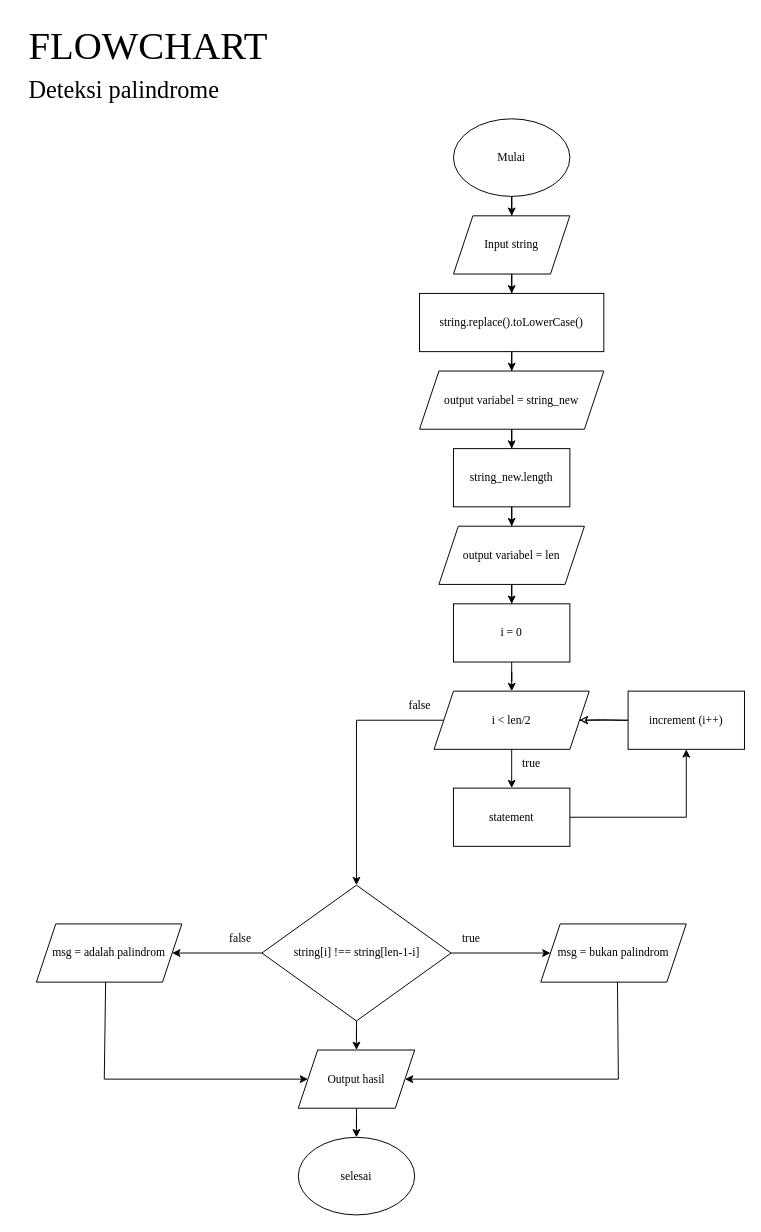
Before: week2/Algoritma Dasar & Flowchart/dataFlowchart/task1A.drawio in ryanagungsamudra/fazztrack, a draw.io diagram. Source tidied: cells renumbered, new cells numbered last; positions are measured from the earlier drawing's top-left corner, leaving out a move shared by most shapes. Both pictures are drawn from the tidied source at 97%, with x=0, y=0 at pixel (16, 16).
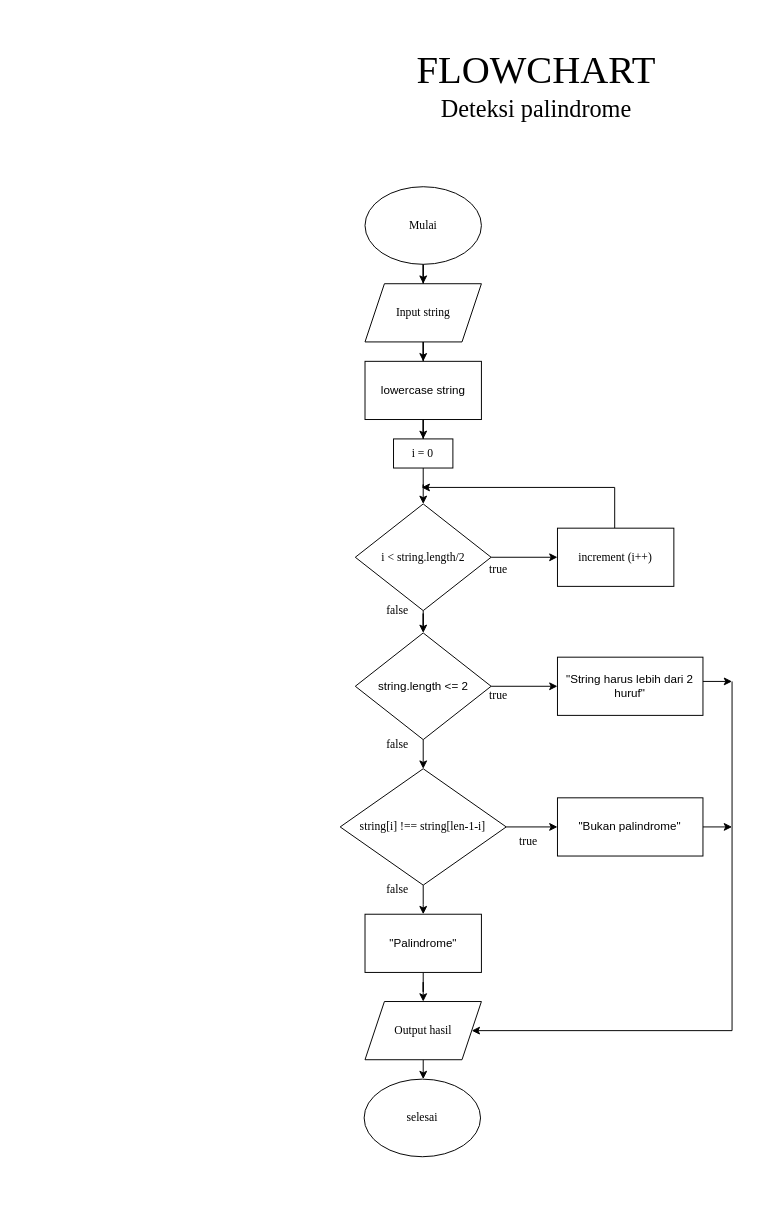
The same diagram, later.

The edit, as a diff of the source:
```diff
@@
     <mxCell id="3" value="Mulai" style="ellipse;whiteSpace=wrap;html=1;fontFamily=Times New Roman;fontStyle=0;" parent="1" vertex="1">
-      <mxGeometry x="450" y="105" width="120" height="80" as="geometry" />
+      <mxGeometry x="358.8" y="175" width="120" height="80" as="geometry" />
     </mxCell>
-    <mxCell id="4" style="edgeStyle=orthogonalEdgeStyle;rounded=0;jettySize=auto;html=1;fontFamily=Times New Roman;fontStyle=0;" parent="1" edge="1" source="5" target="7">
-      <mxGeometry relative="1" as="geometry" />
-    </mxCell>
+    <mxCell id="43" style="edgeStyle=orthogonalEdgeStyle;rounded=0;jettySize=auto;html=1;" parent="1" edge="1" source="5" target="47">
+      <mxGeometry relative="1" as="geometry" />
+    </mxCell>
     <mxCell id="5" value="Input string" style="shape=parallelogram;perimeter=parallelogramPerimeter;whiteSpace=wrap;html=1;fixedSize=1;fontFamily=Times New Roman;fontStyle=0;" parent="1" vertex="1">
-      <mxGeometry x="450" y="205" width="120" height="60" as="geometry" />
+      <mxGeometry x="358.8" y="275" width="120" height="60" as="geometry" />
     </mxCell>
-    <mxCell id="6" style="edgeStyle=orthogonalEdgeStyle;rounded=0;jettySize=auto;html=1;fontFamily=Times New Roman;fontStyle=0;" parent="1" edge="1" source="7" target="9">
-      <mxGeometry relative="1" as="geometry" />
+    <mxCell id="6" style="edgeStyle=orthogonalEdgeStyle;rounded=0;orthogonalLoop=1;jettySize=auto;html=1;fontFamily=Times New Roman;fontStyle=0;" parent="1" edge="1">
+      <mxGeometry relative="1" as="geometry">
+        <mxPoint x="510" y="345" as="sourcePoint" />
+      </mxGeometry>
     </mxCell>
-    <mxCell id="7" value="string.replace().toLowerCase()" style="whiteSpace=wrap;html=1;fontFamily=Times New Roman;fontStyle=0;" parent="1" vertex="1">
-      <mxGeometry x="415" y="285" width="190" height="60" as="geometry" />
-    </mxCell>
-    <mxCell id="8" style="edgeStyle=orthogonalEdgeStyle;rounded=0;jettySize=auto;html=1;fontFamily=Times New Roman;fontStyle=0;" parent="1" edge="1" source="9" target="11">
-      <mxGeometry relative="1" as="geometry" />
+    <mxCell id="8" style="edgeStyle=orthogonalEdgeStyle;rounded=0;orthogonalLoop=1;jettySize=auto;html=1;fontFamily=Times New Roman;fontStyle=0;" parent="1" edge="1">
+      <mxGeometry relative="1" as="geometry">
+        <mxPoint x="510" y="425" as="sourcePoint" />
+      </mxGeometry>
     </mxCell>
-    <mxCell id="9" value="output variabel = string_new" style="shape=parallelogram;perimeter=parallelogramPerimeter;whiteSpace=wrap;html=1;fixedSize=1;fontFamily=Times New Roman;fontStyle=0;" parent="1" vertex="1">
-      <mxGeometry x="415" y="365" width="190" height="60" as="geometry" />
-    </mxCell>
-    <mxCell id="10" style="edgeStyle=orthogonalEdgeStyle;rounded=0;jettySize=auto;html=1;fontFamily=Times New Roman;fontStyle=0;" parent="1" edge="1" source="11" target="13">
-      <mxGeometry relative="1" as="geometry" />
+    <mxCell id="10" style="edgeStyle=orthogonalEdgeStyle;rounded=0;orthogonalLoop=1;jettySize=auto;html=1;fontFamily=Times New Roman;fontStyle=0;" parent="1" edge="1">
+      <mxGeometry relative="1" as="geometry">
+        <mxPoint x="510" y="505" as="sourcePoint" />
+      </mxGeometry>
     </mxCell>
-    <mxCell id="11" value="string_new.length" style="rounded=0;whiteSpace=wrap;html=1;fontFamily=Times New Roman;fontStyle=0;" parent="1" vertex="1">
-      <mxGeometry x="450" y="445" width="120" height="60" as="geometry" />
-    </mxCell>
-    <mxCell id="12" style="edgeStyle=orthogonalEdgeStyle;rounded=0;jettySize=auto;html=1;fontFamily=Times New Roman;fontStyle=0;" parent="1" edge="1" source="13" target="15">
-      <mxGeometry relative="1" as="geometry" />
-    </mxCell>
-    <mxCell id="13" value="output variabel = len" style="shape=parallelogram;perimeter=parallelogramPerimeter;whiteSpace=wrap;html=1;fixedSize=1;fontFamily=Times New Roman;fontStyle=0;" parent="1" vertex="1">
-      <mxGeometry x="435" y="525" width="150" height="60" as="geometry" />
-    </mxCell>
-    <mxCell id="14" style="edgeStyle=orthogonalEdgeStyle;rounded=0;jettySize=auto;html=1;fontFamily=Times New Roman;fontStyle=0;" parent="1" edge="1" source="15" target="22">
+    <mxCell id="14" style="edgeStyle=orthogonalEdgeStyle;rounded=0;jettySize=auto;html=1;fontFamily=Times New Roman;fontStyle=0;entryX=0.5;entryY=0;entryDx=0;entryDy=0;" parent="1" edge="1" source="15" target="55">
       <mxGeometry relative="1" as="geometry" />
     </mxCell>
     <mxCell id="15" value="i = 0" style="rounded=0;whiteSpace=wrap;html=1;fontFamily=Times New Roman;fontStyle=0;" parent="1" vertex="1">
-      <mxGeometry x="450" y="605" width="120" height="60" as="geometry" />
+      <mxGeometry x="388.2" y="435" width="61.2" height="30" as="geometry" />
     </mxCell>
-    <mxCell id="16" style="edgeStyle=orthogonalEdgeStyle;rounded=0;jettySize=auto;html=1;fontFamily=Times New Roman;fontStyle=0;" parent="1" edge="1" source="19" target="23">
-      <mxGeometry relative="1" as="geometry" />
-    </mxCell>
-    <mxCell id="17" style="edgeStyle=orthogonalEdgeStyle;rounded=0;jettySize=auto;html=1;fontFamily=Times New Roman;fontStyle=0;" parent="1" edge="1" source="19" target="24">
-      <mxGeometry relative="1" as="geometry" />
-    </mxCell>
-    <mxCell id="18" style="edgeStyle=orthogonalEdgeStyle;rounded=0;jettySize=auto;html=1;fontFamily=Times New Roman;fontStyle=0;" parent="1" edge="1" source="19" target="26">
-      <mxGeometry relative="1" as="geometry" />
-    </mxCell>
-    <mxCell id="19" value="string[i] !== string[len-1-i]" style="rhombus;whiteSpace=wrap;html=1;fontFamily=Times New Roman;fontStyle=0;" parent="1" vertex="1">
-      <mxGeometry x="252.5" y="895" width="195" height="140" as="geometry" />
-    </mxCell>
-    <mxCell id="20" style="edgeStyle=orthogonalEdgeStyle;rounded=0;jettySize=auto;html=1;exitX=0;exitY=0.5;exitDx=0;exitDy=0;entryX=0.5;entryY=0;entryDx=0;entryDy=0;fontFamily=Times New Roman;fontStyle=0;" parent="1" edge="1" source="22" target="19">
-      <mxGeometry relative="1" as="geometry">
-        <Array as="points">
-          <mxPoint x="350" y="725" />
-        </Array>
-      </mxGeometry>
-    </mxCell>
-    <mxCell id="21" style="edgeStyle=orthogonalEdgeStyle;rounded=0;sketch=0;jettySize=auto;html=1;fontFamily=Times New Roman;fontStyle=0;" parent="1" edge="1" source="22" target="37">
-      <mxGeometry relative="1" as="geometry" />
-    </mxCell>
-    <mxCell id="22" value="i &amp;lt; len/2" style="shape=parallelogram;perimeter=parallelogramPerimeter;whiteSpace=wrap;html=1;fixedSize=1;fontFamily=Times New Roman;fontStyle=0;" parent="1" vertex="1">
-      <mxGeometry x="430" y="695" width="160" height="60" as="geometry" />
-    </mxCell>
-    <mxCell id="23" value="msg = bukan palindrom" style="shape=parallelogram;perimeter=parallelogramPerimeter;whiteSpace=wrap;html=1;fixedSize=1;fontFamily=Times New Roman;fontStyle=0;" parent="1" vertex="1">
-      <mxGeometry x="540" y="935" width="150" height="60" as="geometry" />
-    </mxCell>
-    <mxCell id="24" value="msg = adalah palindrom" style="shape=parallelogram;perimeter=parallelogramPerimeter;whiteSpace=wrap;html=1;fixedSize=1;fontFamily=Times New Roman;fontStyle=0;" parent="1" vertex="1">
-      <mxGeometry x="20" y="935" width="150" height="60" as="geometry" />
-    </mxCell>
+    <mxCell id="44" style="edgeStyle=orthogonalEdgeStyle;rounded=0;sketch=0;jettySize=auto;html=1;entryX=0;entryY=0.5;entryDx=0;entryDy=0;exitX=1;exitY=0.5;exitDx=0;exitDy=0;" parent="1" edge="1" source="55" target="36">
+      <mxGeometry relative="1" as="geometry" />
+    </mxCell>
+    <mxCell id="45" style="edgeStyle=orthogonalEdgeStyle;rounded=0;sketch=0;jettySize=auto;html=1;exitX=0.5;exitY=1;exitDx=0;exitDy=0;" parent="1" edge="1" source="55" target="50">
+      <mxGeometry relative="1" as="geometry" />
+    </mxCell>
-    <mxCell id="25" style="edgeStyle=orthogonalEdgeStyle;rounded=0;jettySize=auto;html=1;fontFamily=Times New Roman;fontStyle=0;" parent="1" edge="1" source="26" target="27">
+    <mxCell id="25" style="edgeStyle=orthogonalEdgeStyle;rounded=0;jettySize=auto;html=1;" parent="1" edge="1" source="26" target="27">
       <mxGeometry relative="1" as="geometry" />
     </mxCell>
     <mxCell id="26" value="Output hasil" style="shape=parallelogram;perimeter=parallelogramPerimeter;whiteSpace=wrap;html=1;fixedSize=1;fontFamily=Times New Roman;fontStyle=0;" parent="1" vertex="1">
-      <mxGeometry x="290" y="1065" width="120" height="60" as="geometry" />
+      <mxGeometry x="358.8" y="1015" width="120" height="60" as="geometry" />
     </mxCell>
     <mxCell id="27" value="selesai" style="ellipse;whiteSpace=wrap;html=1;fontFamily=Times New Roman;fontStyle=0;" parent="1" vertex="1">
-      <mxGeometry x="290" y="1155" width="120" height="80" as="geometry" />
+      <mxGeometry x="357.9" y="1095" width="120" height="80" as="geometry" />
     </mxCell>
-    <mxCell id="28" value="false" style="text;html=1;align=center;verticalAlign=middle;strokeColor=none;fillColor=none;fontFamily=Times New Roman;fontStyle=0;" parent="1" vertex="1">
-      <mxGeometry x="205" y="935" width="50" height="30" as="geometry" />
-    </mxCell>
-    <mxCell id="29" value="true" style="text;html=1;align=center;verticalAlign=middle;strokeColor=none;fillColor=none;fontFamily=Times New Roman;fontStyle=0;" parent="1" vertex="1">
-      <mxGeometry x="447.5" y="935" width="40" height="30" as="geometry" />
-    </mxCell>
-    <mxCell id="30" style="endArrow=none;html=1;rounded=0;entryX=0.527;entryY=1.001;entryDx=0;entryDy=0;fontFamily=Times New Roman;fontStyle=0;entryPerimeter=0;" parent="1" edge="1" target="23">
+    <mxCell id="30" style="endArrow=none;html=1;rounded=0;fontFamily=Times New Roman;fontStyle=0;" parent="1" edge="1">
       <mxGeometry relative="1" as="geometry">
-        <mxPoint x="620" y="1095" as="sourcePoint" />
+        <mxPoint x="737.2" y="1045" as="sourcePoint" />
+        <mxPoint x="737.2" y="685" as="targetPoint" />
       </mxGeometry>
     </mxCell>
-    <mxCell id="31" style="endArrow=classic;html=1;rounded=0;entryX=1;entryY=0.5;entryDx=0;entryDy=0;fontFamily=Times New Roman;fontStyle=0;" parent="1" edge="1" target="26">
+    <mxCell id="31" style="endArrow=classic;html=1;rounded=0;fontFamily=Times New Roman;fontStyle=0;entryX=1;entryY=0.5;entryDx=0;entryDy=0;" parent="1" edge="1" target="26">
       <mxGeometry relative="1" as="geometry">
-        <mxPoint x="620" y="1095" as="sourcePoint" />
+        <mxPoint x="737.2" y="1045" as="sourcePoint" />
       </mxGeometry>
     </mxCell>
-    <mxCell id="32" style="endArrow=none;html=1;rounded=0;entryX=0.476;entryY=0.999;entryDx=0;entryDy=0;fontFamily=Times New Roman;fontStyle=0;entryPerimeter=0;" parent="1" edge="1" target="24">
-      <mxGeometry relative="1" as="geometry">
-        <mxPoint x="90" y="1095" as="sourcePoint" />
-      </mxGeometry>
-    </mxCell>
-    <mxCell id="33" style="endArrow=classic;html=1;rounded=0;entryX=0;entryY=0.5;entryDx=0;entryDy=0;fontFamily=Times New Roman;fontStyle=0;" parent="1" edge="1" target="26">
-      <mxGeometry relative="1" as="geometry">
-        <mxPoint x="90" y="1095" as="sourcePoint" />
-      </mxGeometry>
-    </mxCell>
     <mxCell id="34" value="false" style="text;html=1;align=center;verticalAlign=middle;strokeColor=none;fillColor=none;fontFamily=Times New Roman;fontStyle=0;" parent="1" vertex="1">
-      <mxGeometry x="390" y="695" width="50" height="30" as="geometry" />
+      <mxGeometry x="367.2" y="597" width="50" height="30" as="geometry" />
     </mxCell>
-    <mxCell id="35" style="edgeStyle=orthogonalEdgeStyle;rounded=0;sketch=1;jettySize=auto;html=1;entryX=1;entryY=0.5;entryDx=0;entryDy=0;fontFamily=Times New Roman;fontStyle=0;" parent="1" edge="1" source="36" target="22">
-      <mxGeometry relative="1" as="geometry" />
+    <mxCell id="35" style="edgeStyle=orthogonalEdgeStyle;rounded=0;sketch=0;jettySize=auto;html=1;fontFamily=Times New Roman;fontStyle=0;" parent="1" edge="1" source="36">
+      <mxGeometry relative="1" as="geometry">
+        <mxPoint x="417.2" y="485" as="targetPoint" />
+        <Array as="points">
+          <mxPoint x="616.2" y="485" />
+        </Array>
+      </mxGeometry>
     </mxCell>
     <mxCell id="36" value="increment (i++)" style="rounded=0;whiteSpace=wrap;html=1;strokeColor=default;fontFamily=Times New Roman;fontStyle=0;" parent="1" vertex="1">
-      <mxGeometry x="630" y="695" width="120" height="60" as="geometry" />
+      <mxGeometry x="557.2" y="527" width="120" height="60" as="geometry" />
     </mxCell>
-    <mxCell id="37" value="statement" style="rounded=0;whiteSpace=wrap;html=1;strokeColor=default;fontFamily=Times New Roman;fontStyle=0;" parent="1" vertex="1">
-      <mxGeometry x="450" y="795" width="120" height="60" as="geometry" />
-    </mxCell>
     <mxCell id="38" value="true" style="text;html=1;align=center;verticalAlign=middle;strokeColor=none;fillColor=none;fontFamily=Times New Roman;fontStyle=0;" parent="1" vertex="1">
-      <mxGeometry x="510" y="755" width="40" height="30" as="geometry" />
+      <mxGeometry x="476" y="555" width="40" height="30" as="geometry" />
     </mxCell>
-    <mxCell id="39" style="endArrow=none;html=1;rounded=0;sketch=0;entryX=1;entryY=0.5;entryDx=0;entryDy=0;fontFamily=Times New Roman;fontStyle=0;" parent="1" edge="1" target="37">
-      <mxGeometry relative="1" as="geometry">
-        <mxPoint x="690" y="825" as="sourcePoint" />
-      </mxGeometry>
-    </mxCell>
-    <mxCell id="40" style="endArrow=classic;html=1;rounded=0;sketch=0;entryX=0.5;entryY=1;entryDx=0;entryDy=0;fontFamily=Times New Roman;fontStyle=0;" parent="1" edge="1" target="36">
-      <mxGeometry relative="1" as="geometry">
-        <mxPoint x="690" y="825" as="sourcePoint" />
-      </mxGeometry>
-    </mxCell>
     <mxCell id="41" value="FLOWCHART" style="text;html=1;align=center;verticalAlign=middle;strokeColor=none;fillColor=none;fontSize=40;fontFamily=Times New Roman;" parent="1" vertex="1">
-      <mxGeometry width="270" height="60" as="geometry" />
+      <mxGeometry x="400" y="25" width="270" height="60" as="geometry" />
     </mxCell>
     <mxCell id="42" value="Deteksi palindrome" style="text;html=1;align=center;verticalAlign=middle;strokeColor=none;fillColor=none;fontSize=25;fontFamily=Times New Roman;" parent="1" vertex="1">
-      <mxGeometry y="55" width="220" height="40" as="geometry" />
+      <mxGeometry x="425" y="75" width="220" height="40" as="geometry" />
     </mxCell>
+    <mxCell id="46" style="edgeStyle=orthogonalEdgeStyle;rounded=0;jettySize=auto;html=1;" parent="1" edge="1" source="47" target="15">
+      <mxGeometry relative="1" as="geometry" />
+    </mxCell>
+    <mxCell id="47" value="lowercase string" style="rounded=0;whiteSpace=wrap;html=1;" parent="1" vertex="1">
+      <mxGeometry x="358.8" y="355" width="120" height="60" as="geometry" />
+    </mxCell>
+    <mxCell id="48" style="edgeStyle=orthogonalEdgeStyle;rounded=0;sketch=0;jettySize=auto;html=1;" parent="1" edge="1" source="50" target="51">
+      <mxGeometry relative="1" as="geometry" />
+    </mxCell>
+    <mxCell id="49" style="edgeStyle=orthogonalEdgeStyle;rounded=0;jettySize=auto;html=1;" parent="1" edge="1" source="50" target="19">
+      <mxGeometry relative="1" as="geometry" />
+    </mxCell>
+    <mxCell id="50" value="string.length &amp;lt;= 2" style="rhombus;whiteSpace=wrap;html=1;" parent="1" vertex="1">
+      <mxGeometry x="348.8" y="635" width="140" height="110" as="geometry" />
+    </mxCell>
+    <mxCell id="51" value="&quot;String harus lebih dari 2 huruf&quot;" style="whiteSpace=wrap;html=1;" parent="1" vertex="1">
+      <mxGeometry x="557.2" y="660" width="150" height="60" as="geometry" />
+    </mxCell>
+    <mxCell id="52" value="true" style="text;html=1;align=center;verticalAlign=middle;strokeColor=none;fillColor=none;fontFamily=Times New Roman;fontStyle=0;" parent="1" vertex="1">
+      <mxGeometry x="476" y="685" width="40" height="30" as="geometry" />
+    </mxCell>
+    <mxCell id="53" value="false" style="text;html=1;align=center;verticalAlign=middle;strokeColor=none;fillColor=none;fontFamily=Times New Roman;fontStyle=0;" parent="1" vertex="1">
+      <mxGeometry x="367.2" y="735" width="50" height="30" as="geometry" />
+    </mxCell>
+    <mxCell id="54" style="endArrow=classic;html=1;rounded=0;sketch=0;" parent="1" edge="1">
+      <mxGeometry relative="1" as="geometry">
+        <mxPoint x="707.2" y="685" as="sourcePoint" />
+        <mxPoint x="737.2" y="685" as="targetPoint" />
+      </mxGeometry>
+    </mxCell>
+    <mxCell id="55" value="&lt;span style=&quot;font-family: &amp;quot;Times New Roman&amp;quot;;&quot;&gt;i &amp;lt; string.length/2&lt;/span&gt;" style="rhombus;whiteSpace=wrap;html=1;" parent="1" vertex="1">
+      <mxGeometry x="348.8" y="502" width="140" height="110" as="geometry" />
+    </mxCell>
+    <mxCell id="56" value="&quot;Bukan palindrome&quot;" style="whiteSpace=wrap;html=1;" parent="1" vertex="1">
+      <mxGeometry x="557.2" y="805" width="150" height="60" as="geometry" />
+    </mxCell>
+    <mxCell id="57" style="edgeStyle=orthogonalEdgeStyle;rounded=0;jettySize=auto;html=1;entryX=0.5;entryY=0;entryDx=0;entryDy=0;" parent="1" edge="1" source="58" target="26">
+      <mxGeometry relative="1" as="geometry" />
+    </mxCell>
+    <mxCell id="58" value="&quot;Palindrome&quot;" style="rounded=0;whiteSpace=wrap;html=1;" parent="1" vertex="1">
+      <mxGeometry x="358.8" y="925" width="120" height="60" as="geometry" />
+    </mxCell>
+    <mxCell id="59" style="edgeStyle=orthogonalEdgeStyle;rounded=0;jettySize=auto;html=1;" parent="1" edge="1" source="19" target="58">
+      <mxGeometry relative="1" as="geometry" />
+    </mxCell>
+    <mxCell id="60" style="edgeStyle=orthogonalEdgeStyle;rounded=0;jettySize=auto;html=1;" parent="1" edge="1" source="19" target="56">
+      <mxGeometry relative="1" as="geometry" />
+    </mxCell>
+    <mxCell id="19" value="&lt;span style=&quot;font-family: &amp;quot;Times New Roman&amp;quot;;&quot;&gt;string[i] !== string[len-1-i]&lt;/span&gt;" style="rhombus;whiteSpace=wrap;html=1;" parent="1" vertex="1">
+      <mxGeometry x="333.2" y="775" width="171.2" height="120" as="geometry" />
+    </mxCell>
+    <mxCell id="61" value="false" style="text;html=1;align=center;verticalAlign=middle;strokeColor=none;fillColor=none;fontFamily=Times New Roman;fontStyle=0;" parent="1" vertex="1">
+      <mxGeometry x="367.2" y="885" width="50" height="30" as="geometry" />
+    </mxCell>
+    <mxCell id="62" value="true" style="text;html=1;align=center;verticalAlign=middle;strokeColor=none;fillColor=none;fontFamily=Times New Roman;fontStyle=0;" parent="1" vertex="1">
+      <mxGeometry x="507.2" y="835" width="40" height="30" as="geometry" />
+    </mxCell>
+    <mxCell id="63" style="endArrow=classic;html=1;rounded=0;sketch=0;exitX=1;exitY=0.5;exitDx=0;exitDy=0;" parent="1" edge="1" source="56">
+      <mxGeometry relative="1" as="geometry">
+        <mxPoint x="737.2" y="835" as="targetPoint" />
+      </mxGeometry>
+    </mxCell>
```
